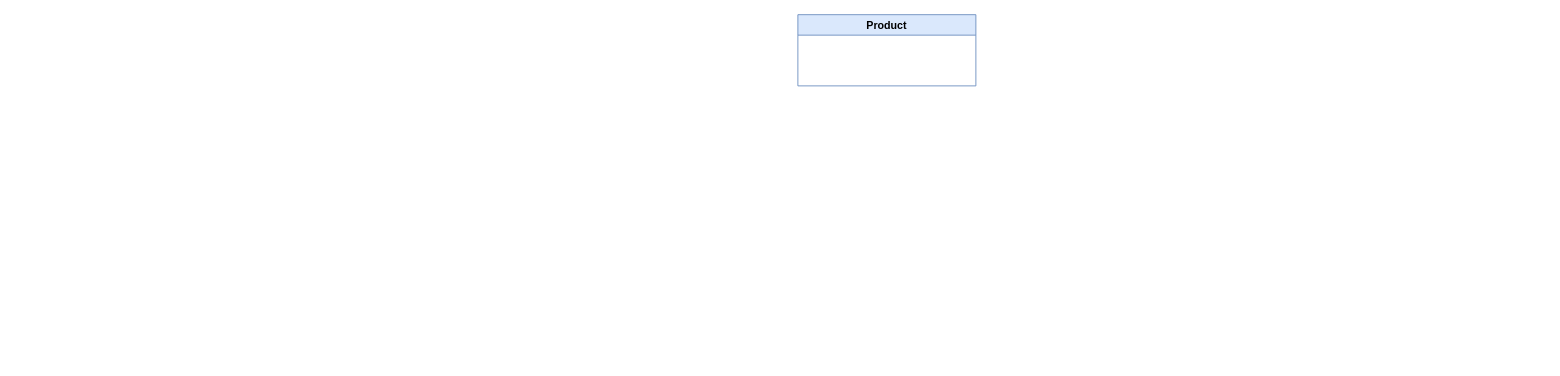
This is page "Product" (2 of 2) of eshop.drawio from jonandonigv/Eshop, a draw.io file, before an edit. Source tidied: cells renumbered, new cells numbered last; positions are measured from the earlier drawing's top-left corner, leaving out a move shared by most shapes. Both pictures are drawn from the tidied source at 89%, with x=0, y=0 at pixel (797, 14).
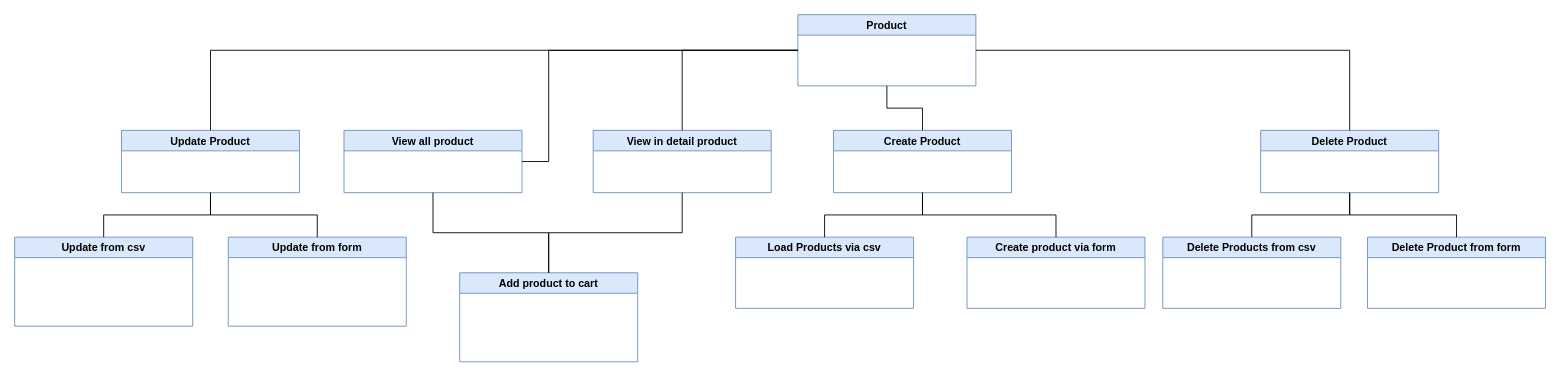
The same page after the edit.

The change refers to these unchanged cells:
```xml
<mxCell id="2" value="Product" style="swimlane;fillColor=#dae8fc;strokeColor=#6c8ebf;" parent="1" vertex="1">
  <mxGeometry width="200" height="80" as="geometry" />
</mxCell>
```

Diff of the diagram source:
```diff
@@
+    <mxCell id="3" value="View all product" style="swimlane;fillColor=#dae8fc;strokeColor=#6c8ebf;" parent="1" vertex="1">
+      <mxGeometry x="-510" y="130" width="200" height="70" as="geometry" />
+    </mxCell>
+    <mxCell id="4" value="View in detail product" style="swimlane;fillColor=#dae8fc;strokeColor=#6c8ebf;" parent="1" vertex="1">
+      <mxGeometry x="-230" y="130" width="200" height="70" as="geometry" />
+    </mxCell>
+    <mxCell id="5" value="Create Product" style="swimlane;fillColor=#dae8fc;strokeColor=#6c8ebf;" parent="1" vertex="1">
+      <mxGeometry x="40" y="130" width="200" height="70" as="geometry" />
+    </mxCell>
+    <mxCell id="6" value="Load Products via csv" style="swimlane;fillColor=#dae8fc;strokeColor=#6c8ebf;" parent="1" vertex="1">
+      <mxGeometry x="-70" y="250" width="200" height="80" as="geometry" />
+    </mxCell>
+    <mxCell id="7" value="Create product via form" style="swimlane;fillColor=#dae8fc;strokeColor=#6c8ebf;" parent="1" vertex="1">
+      <mxGeometry x="190" y="250" width="200" height="80" as="geometry" />
+    </mxCell>
+    <mxCell id="8" style="endArrow=none;html=1;rounded=0;edgeStyle=orthogonalEdgeStyle;" parent="1" edge="1" source="3" target="2">
+      <mxGeometry relative="1" as="geometry">
+        <Array as="points">
+          <mxPoint x="-280" y="165" />
+          <mxPoint x="-280" y="40" />
+        </Array>
+      </mxGeometry>
+    </mxCell>
+    <mxCell id="9" style="endArrow=none;html=1;rounded=0;edgeStyle=orthogonalEdgeStyle;" parent="1" edge="1" source="2" target="4">
+      <mxGeometry relative="1" as="geometry" />
+    </mxCell>
+    <mxCell id="10" style="endArrow=none;html=1;rounded=0;edgeStyle=orthogonalEdgeStyle;" parent="1" edge="1" source="2" target="5">
+      <mxGeometry relative="1" as="geometry" />
+    </mxCell>
+    <mxCell id="11" style="endArrow=none;html=1;rounded=0;edgeStyle=orthogonalEdgeStyle;" parent="1" edge="1" source="5" target="6">
+      <mxGeometry relative="1" as="geometry" />
+    </mxCell>
+    <mxCell id="12" style="endArrow=none;html=1;rounded=0;edgeStyle=orthogonalEdgeStyle;" parent="1" edge="1" source="5" target="7">
+      <mxGeometry relative="1" as="geometry" />
+    </mxCell>
+    <mxCell id="13" value="Add product to cart" style="swimlane;fillColor=#dae8fc;strokeColor=#6c8ebf;" parent="1" vertex="1">
+      <mxGeometry x="-380" y="290" width="200" height="100" as="geometry" />
+    </mxCell>
+    <mxCell id="14" style="endArrow=none;html=1;rounded=0;edgeStyle=orthogonalEdgeStyle;" parent="1" edge="1" source="13" target="4">
+      <mxGeometry relative="1" as="geometry" />
+    </mxCell>
+    <mxCell id="15" style="endArrow=none;html=1;rounded=0;edgeStyle=orthogonalEdgeStyle;" parent="1" edge="1" source="13" target="3">
+      <mxGeometry relative="1" as="geometry" />
+    </mxCell>
+    <mxCell id="16" value="Delete Product" style="swimlane;fillColor=#dae8fc;strokeColor=#6c8ebf;" parent="1" vertex="1">
+      <mxGeometry x="520" y="130" width="200" height="70" as="geometry" />
+    </mxCell>
+    <mxCell id="17" style="endArrow=none;html=1;rounded=0;edgeStyle=orthogonalEdgeStyle;" parent="1" edge="1" source="2" target="16">
+      <mxGeometry relative="1" as="geometry" />
+    </mxCell>
+    <mxCell id="18" value="Delete Products from csv" style="swimlane;fillColor=#dae8fc;strokeColor=#6c8ebf;" parent="1" vertex="1">
+      <mxGeometry x="410" y="250" width="200" height="80" as="geometry" />
+    </mxCell>
+    <mxCell id="19" value="Delete Product from form" style="swimlane;fillColor=#dae8fc;strokeColor=#6c8ebf;" parent="1" vertex="1">
+      <mxGeometry x="640" y="250" width="200" height="80" as="geometry" />
+    </mxCell>
+    <mxCell id="20" style="endArrow=none;html=1;rounded=0;edgeStyle=orthogonalEdgeStyle;" parent="1" edge="1" source="18" target="16">
+      <mxGeometry relative="1" as="geometry" />
+    </mxCell>
+    <mxCell id="21" style="endArrow=none;html=1;rounded=0;edgeStyle=orthogonalEdgeStyle;" parent="1" edge="1" source="19" target="16">
+      <mxGeometry relative="1" as="geometry" />
+    </mxCell>
+    <mxCell id="22" value="Update Product" style="swimlane;fillColor=#dae8fc;strokeColor=#6c8ebf;" parent="1" vertex="1">
+      <mxGeometry x="-760" y="130" width="200" height="70" as="geometry" />
+    </mxCell>
+    <mxCell id="23" style="endArrow=none;html=1;rounded=0;edgeStyle=orthogonalEdgeStyle;" parent="1" edge="1" source="2" target="22">
+      <mxGeometry relative="1" as="geometry" />
+    </mxCell>
+    <mxCell id="24" value="Update from csv" style="swimlane;fillColor=#dae8fc;strokeColor=#6c8ebf;" parent="1" vertex="1">
+      <mxGeometry x="-880" y="250" width="200" height="100" as="geometry" />
+    </mxCell>
+    <mxCell id="25" value="Update from form" style="swimlane;fillColor=#dae8fc;strokeColor=#6c8ebf;" parent="1" vertex="1">
+      <mxGeometry x="-640" y="250" width="200" height="100" as="geometry" />
+    </mxCell>
+    <mxCell id="26" style="endArrow=none;html=1;rounded=0;edgeStyle=orthogonalEdgeStyle;" parent="1" edge="1" source="24" target="22">
+      <mxGeometry relative="1" as="geometry" />
+    </mxCell>
+    <mxCell id="27" style="endArrow=none;html=1;rounded=0;edgeStyle=orthogonalEdgeStyle;" parent="1" edge="1" source="25" target="22">
+      <mxGeometry relative="1" as="geometry" />
+    </mxCell>
```
